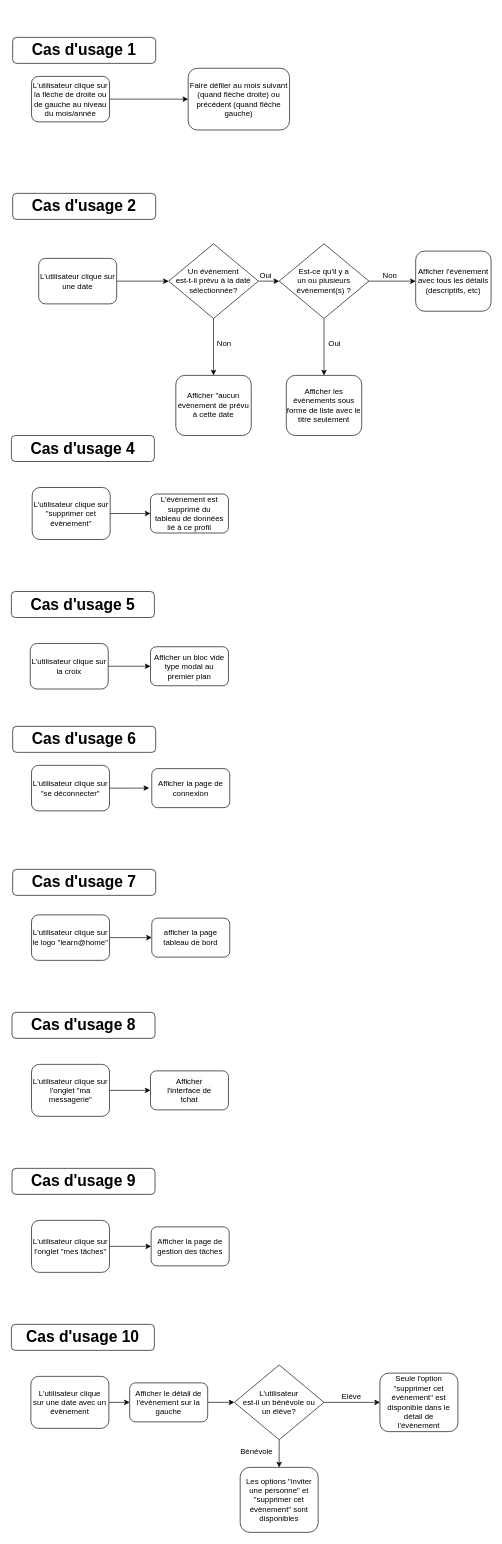
This is page "Page de calendrier" (4 of 5) of Learn@Home_Diagrammes.drawio from Adv13/DENIE_Tiffany_10_03032022, a draw.io file, before an edit. Source tidied: cells renumbered, new cells numbered last; positions are measured from the earlier drawing's top-left corner, leaving out a move shared by most shapes. Both pictures are drawn from the tidied source at 65%, with x=0, y=0 at pixel (11, 37).
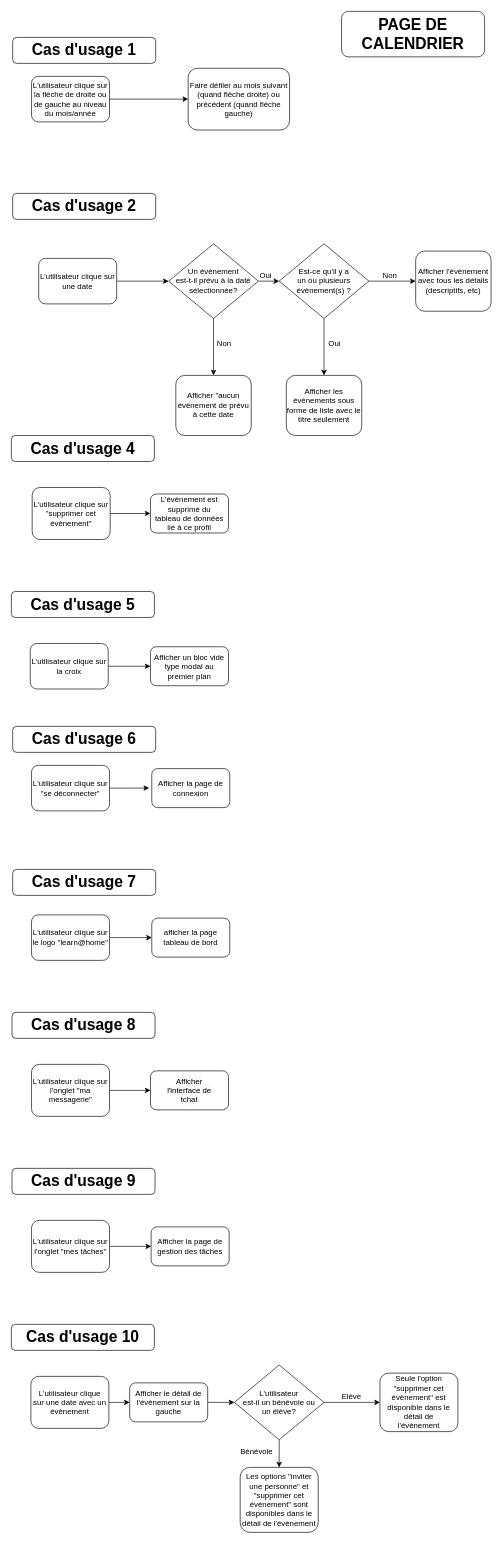
The same diagram, later.

Diff of the diagram source:
```diff
@@
-    <mxCell id="54" value="Les options &quot;inviter une personne&quot; et &quot;supprimer cet évènement&quot; sont disponibles" style="rounded=1;whiteSpace=wrap;html=1;fontSize=12;" parent="1" vertex="1">
+    <mxCell id="54" value="Les options &quot;inviter une personne&quot; et &quot;supprimer cet évènement&quot; sont disponibles dans le détail de l'évènement" style="rounded=1;whiteSpace=wrap;html=1;fontSize=12;" parent="1" vertex="1">
       <mxGeometry x="352" y="2200" width="120" height="100" as="geometry" />
     </mxCell>
@@
+    <mxCell id="58" value="&lt;b&gt;&lt;font style=&quot;font-size: 24px&quot;&gt;PAGE DE CALENDRIER&lt;/font&gt;&lt;/b&gt;" style="rounded=1;whiteSpace=wrap;html=1;fontSize=12;glass=0;strokeWidth=1;shadow=0;" parent="1" vertex="1">
+      <mxGeometry x="508" y="-40" width="220" height="70" as="geometry" />
+    </mxCell>
```
